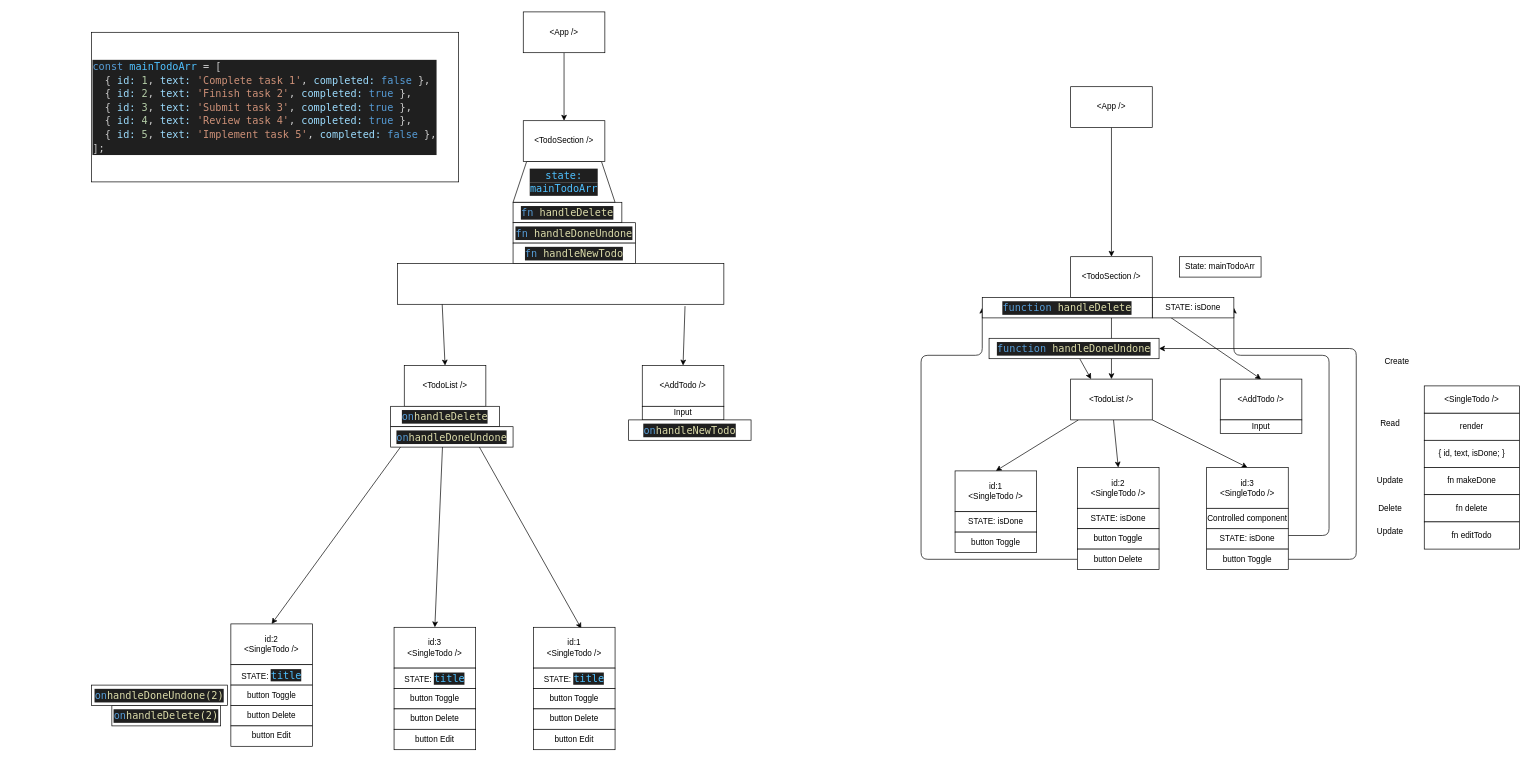
This is todo.drawio from MariusCodeAcademy/type19_06_todo_crud_app, a draw.io file, before an edit. Source tidied: cells renumbered, new cells numbered last; positions are measured from the earlier drawing's top-left corner, leaving out a move shared by most shapes. Both pictures are drawn from the tidied source at 68%, with x=0, y=0 at pixel (91, 12).
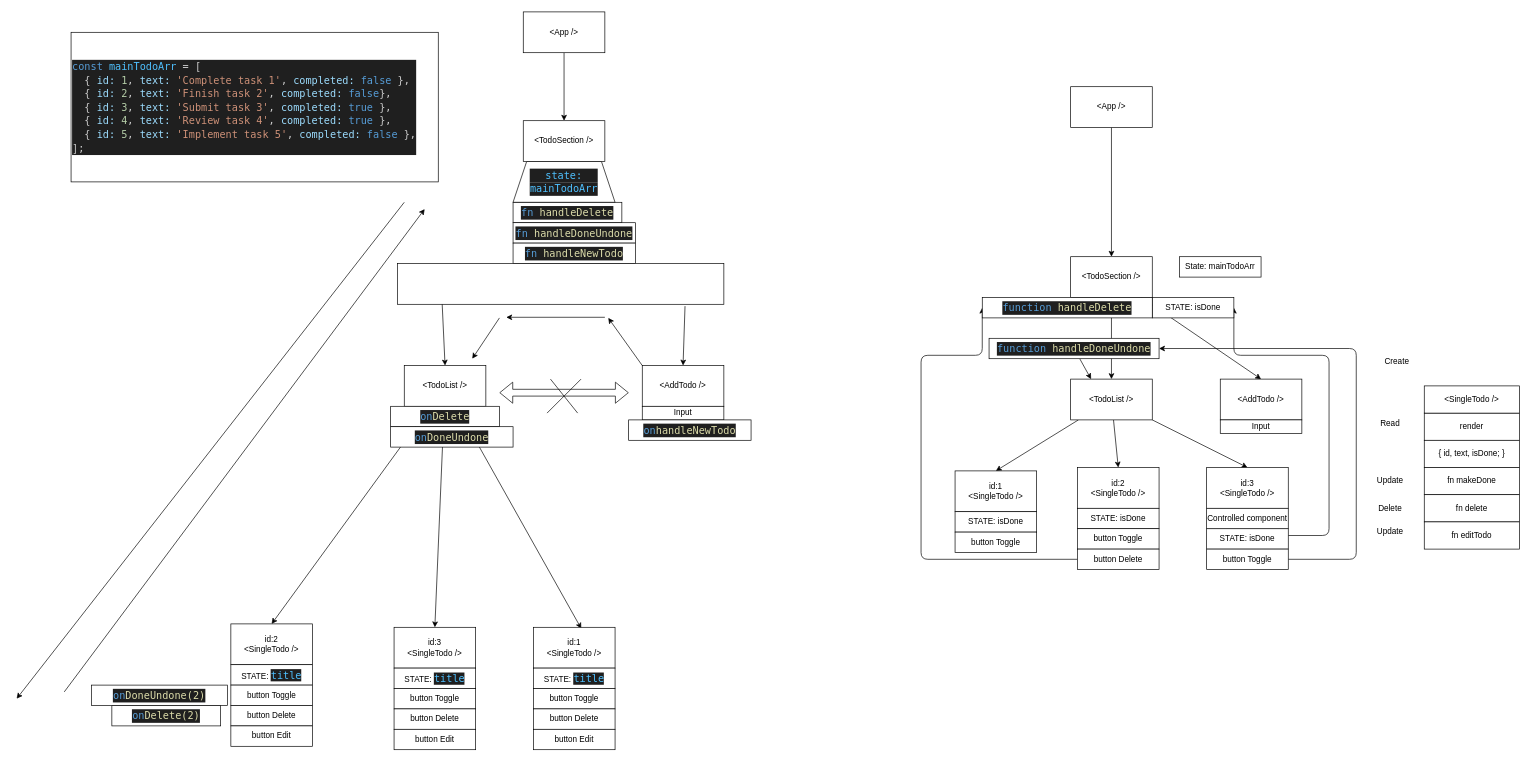
After the change.

Diff of the diagram source:
```diff
@@
-    <mxCell id="74" value="&lt;div style=&quot;background-color: rgb(31, 31, 31); font-family: &amp;quot;Cascadia code PL&amp;quot;, Menlo, Monaco, &amp;quot;Courier New&amp;quot;, monospace, Consolas, &amp;quot;Courier New&amp;quot;, monospace; font-size: 15px; line-height: 20px;&quot;&gt;&lt;font color=&quot;#569cd6&quot;&gt;on&lt;/font&gt;&lt;span style=&quot;color: rgb(220, 220, 170);&quot;&gt;handleDelete&lt;/span&gt;&lt;/div&gt;" style="rounded=0;whiteSpace=wrap;html=1;" parent="1" vertex="1">
+    <mxCell id="74" value="&lt;div style=&quot;background-color: rgb(31, 31, 31); font-family: &amp;quot;Cascadia code PL&amp;quot;, Menlo, Monaco, &amp;quot;Courier New&amp;quot;, monospace, Consolas, &amp;quot;Courier New&amp;quot;, monospace; font-size: 15px; line-height: 20px;&quot;&gt;&lt;font color=&quot;#569cd6&quot;&gt;on&lt;/font&gt;&lt;span style=&quot;color: rgb(220, 220, 170);&quot;&gt;Delete&lt;/span&gt;&lt;/div&gt;" style="rounded=0;whiteSpace=wrap;html=1;" parent="1" vertex="1">
       <mxGeometry x="440" y="580" width="160" height="30" as="geometry" />
     </mxCell>
-    <mxCell id="75" value="&lt;div style=&quot;background-color: rgb(31, 31, 31); font-family: &amp;quot;Cascadia code PL&amp;quot;, Menlo, Monaco, &amp;quot;Courier New&amp;quot;, monospace, Consolas, &amp;quot;Courier New&amp;quot;, monospace; font-size: 15px; line-height: 20px;&quot;&gt;&lt;font color=&quot;#569cd6&quot;&gt;on&lt;/font&gt;&lt;span style=&quot;color: rgb(220, 220, 170);&quot;&gt;handleDoneUndone&lt;/span&gt;&lt;/div&gt;" style="rounded=0;whiteSpace=wrap;html=1;" parent="1" vertex="1">
+    <mxCell id="75" value="&lt;div style=&quot;background-color: rgb(31, 31, 31); font-family: &amp;quot;Cascadia code PL&amp;quot;, Menlo, Monaco, &amp;quot;Courier New&amp;quot;, monospace, Consolas, &amp;quot;Courier New&amp;quot;, monospace; font-size: 15px; line-height: 20px;&quot;&gt;&lt;font color=&quot;#569cd6&quot;&gt;on&lt;/font&gt;&lt;span style=&quot;color: rgb(220, 220, 170);&quot;&gt;DoneUndone&lt;/span&gt;&lt;/div&gt;" style="rounded=0;whiteSpace=wrap;html=1;" parent="1" vertex="1">
       <mxGeometry x="440" y="610" width="180" height="30" as="geometry" />
     </mxCell>
@@
-    <mxCell id="77" value="&lt;div style=&quot;background-color: rgb(31, 31, 31); font-family: &amp;quot;Cascadia code PL&amp;quot;, Menlo, Monaco, &amp;quot;Courier New&amp;quot;, monospace, Consolas, &amp;quot;Courier New&amp;quot;, monospace; font-size: 15px; line-height: 20px;&quot;&gt;&lt;font color=&quot;#569cd6&quot;&gt;on&lt;/font&gt;&lt;span style=&quot;color: rgb(220, 220, 170);&quot;&gt;handleDelete(2)&lt;/span&gt;&lt;/div&gt;" style="rounded=0;whiteSpace=wrap;html=1;" parent="1" vertex="1">
+    <mxCell id="77" value="&lt;div style=&quot;background-color: rgb(31, 31, 31); font-family: &amp;quot;Cascadia code PL&amp;quot;, Menlo, Monaco, &amp;quot;Courier New&amp;quot;, monospace, Consolas, &amp;quot;Courier New&amp;quot;, monospace; font-size: 15px; line-height: 20px;&quot;&gt;&lt;font color=&quot;#569cd6&quot;&gt;on&lt;/font&gt;&lt;span style=&quot;color: rgb(220, 220, 170);&quot;&gt;Delete(2)&lt;/span&gt;&lt;/div&gt;" style="rounded=0;whiteSpace=wrap;html=1;" parent="1" vertex="1">
       <mxGeometry x="30" y="1020" width="160" height="30" as="geometry" />
     </mxCell>
-    <mxCell id="78" value="&lt;div style=&quot;background-color: rgb(31, 31, 31); font-family: &amp;quot;Cascadia code PL&amp;quot;, Menlo, Monaco, &amp;quot;Courier New&amp;quot;, monospace, Consolas, &amp;quot;Courier New&amp;quot;, monospace; font-size: 15px; line-height: 20px;&quot;&gt;&lt;font color=&quot;#569cd6&quot;&gt;on&lt;/font&gt;&lt;span style=&quot;color: rgb(220, 220, 170);&quot;&gt;handleDoneUndone(2)&lt;/span&gt;&lt;/div&gt;" style="rounded=0;whiteSpace=wrap;html=1;" parent="1" vertex="1">
+    <mxCell id="78" value="&lt;div style=&quot;background-color: rgb(31, 31, 31); font-family: &amp;quot;Cascadia code PL&amp;quot;, Menlo, Monaco, &amp;quot;Courier New&amp;quot;, monospace, Consolas, &amp;quot;Courier New&amp;quot;, monospace; font-size: 15px; line-height: 20px;&quot;&gt;&lt;font color=&quot;#569cd6&quot;&gt;on&lt;/font&gt;&lt;span style=&quot;color: rgb(220, 220, 170);&quot;&gt;DoneUndone(2)&lt;/span&gt;&lt;/div&gt;" style="rounded=0;whiteSpace=wrap;html=1;" parent="1" vertex="1">
       <mxGeometry y="990" width="200" height="30" as="geometry" />
     </mxCell>
-    <mxCell id="79" value="&lt;div style=&quot;color: rgb(204, 204, 204); background-color: rgb(31, 31, 31); font-family: &amp;quot;Cascadia code PL&amp;quot;, Menlo, Monaco, &amp;quot;Courier New&amp;quot;, monospace, Consolas, &amp;quot;Courier New&amp;quot;, monospace; font-size: 15px; line-height: 20px;&quot;&gt;&lt;div&gt;&lt;span style=&quot;color: #569cd6;&quot;&gt;const&lt;/span&gt; &lt;span style=&quot;color: #4fc1ff;&quot;&gt;mainTodoArr&lt;/span&gt; &lt;span style=&quot;color: #d4d4d4;&quot;&gt;=&lt;/span&gt; [&lt;/div&gt;&lt;div&gt;&amp;nbsp; { &lt;span style=&quot;color: #9cdcfe;&quot;&gt;id&lt;/span&gt;&lt;span style=&quot;color: #9cdcfe;&quot;&gt;:&lt;/span&gt; &lt;span style=&quot;color: #b5cea8;&quot;&gt;1&lt;/span&gt;, &lt;span style=&quot;color: #9cdcfe;&quot;&gt;text&lt;/span&gt;&lt;span style=&quot;color: #9cdcfe;&quot;&gt;:&lt;/span&gt; &lt;span style=&quot;color: #ce9178;&quot;&gt;'Complete task 1'&lt;/span&gt;, &lt;span style=&quot;color: #9cdcfe;&quot;&gt;completed&lt;/span&gt;&lt;span style=&quot;color: #9cdcfe;&quot;&gt;:&lt;/span&gt; &lt;span style=&quot;color: #569cd6;&quot;&gt;false&lt;/span&gt; },&lt;/div&gt;&lt;div&gt;&amp;nbsp; { &lt;span style=&quot;color: #9cdcfe;&quot;&gt;id&lt;/span&gt;&lt;span style=&quot;color: #9cdcfe;&quot;&gt;:&lt;/span&gt; &lt;span style=&quot;color: #b5cea8;&quot;&gt;2&lt;/span&gt;, &lt;span style=&quot;color: #9cdcfe;&quot;&gt;text&lt;/span&gt;&lt;span style=&quot;color: #9cdcfe;&quot;&gt;:&lt;/span&gt; &lt;span style=&quot;color: #ce9178;&quot;&gt;'Finish task 2'&lt;/span&gt;, &lt;span style=&quot;color: #9cdcfe;&quot;&gt;completed&lt;/span&gt;&lt;span style=&quot;color: #9cdcfe;&quot;&gt;:&lt;/span&gt; &lt;span style=&quot;color: #569cd6;&quot;&gt;true&lt;/span&gt; },&lt;/div&gt;&lt;div&gt;&amp;nbsp; { &lt;span style=&quot;color: #9cdcfe;&quot;&gt;id&lt;/span&gt;&lt;span style=&quot;color: #9cdcfe;&quot;&gt;:&lt;/span&gt; &lt;span style=&quot;color: #b5cea8;&quot;&gt;3&lt;/span&gt;, &lt;span style=&quot;color: #9cdcfe;&quot;&gt;text&lt;/span&gt;&lt;span style=&quot;color: #9cdcfe;&quot;&gt;:&lt;/span&gt; &lt;span style=&quot;color: #ce9178;&quot;&gt;'Submit task 3'&lt;/span&gt;, &lt;span style=&quot;color: #9cdcfe;&quot;&gt;completed&lt;/span&gt;&lt;span style=&quot;color: #9cdcfe;&quot;&gt;:&lt;/span&gt; &lt;span style=&quot;color: #569cd6;&quot;&gt;true&lt;/span&gt; },&lt;/div&gt;&lt;div&gt;&amp;nbsp; { &lt;span style=&quot;color: #9cdcfe;&quot;&gt;id&lt;/span&gt;&lt;span style=&quot;color: #9cdcfe;&quot;&gt;:&lt;/span&gt; &lt;span style=&quot;color: #b5cea8;&quot;&gt;4&lt;/span&gt;, &lt;span style=&quot;color: #9cdcfe;&quot;&gt;text&lt;/span&gt;&lt;span style=&quot;color: #9cdcfe;&quot;&gt;:&lt;/span&gt; &lt;span style=&quot;color: #ce9178;&quot;&gt;'Review task 4'&lt;/span&gt;, &lt;span style=&quot;color: #9cdcfe;&quot;&gt;completed&lt;/span&gt;&lt;span style=&quot;color: #9cdcfe;&quot;&gt;:&lt;/span&gt; &lt;span style=&quot;color: #569cd6;&quot;&gt;true&lt;/span&gt; },&lt;/div&gt;&lt;div&gt;&amp;nbsp; { &lt;span style=&quot;color: #9cdcfe;&quot;&gt;id&lt;/span&gt;&lt;span style=&quot;color: #9cdcfe;&quot;&gt;:&lt;/span&gt; &lt;span style=&quot;color: #b5cea8;&quot;&gt;5&lt;/span&gt;, &lt;span style=&quot;color: #9cdcfe;&quot;&gt;text&lt;/span&gt;&lt;span style=&quot;color: #9cdcfe;&quot;&gt;:&lt;/span&gt; &lt;span style=&quot;color: #ce9178;&quot;&gt;'Implement task 5'&lt;/span&gt;, &lt;span style=&quot;color: #9cdcfe;&quot;&gt;completed&lt;/span&gt;&lt;span style=&quot;color: #9cdcfe;&quot;&gt;:&lt;/span&gt; &lt;span style=&quot;color: #569cd6;&quot;&gt;false&lt;/span&gt; },&lt;/div&gt;&lt;div&gt;];&lt;/div&gt;&lt;/div&gt;" style="rounded=0;whiteSpace=wrap;html=1;align=left;" parent="1" vertex="1">
-      <mxGeometry y="30" width="540" height="220" as="geometry" />
+    <mxCell id="79" value="&lt;div style=&quot;background-color: rgb(31, 31, 31); font-family: &amp;quot;Cascadia code PL&amp;quot;, Menlo, Monaco, &amp;quot;Courier New&amp;quot;, monospace, Consolas, &amp;quot;Courier New&amp;quot;, monospace; font-size: 15px; line-height: 20px;&quot;&gt;&lt;div style=&quot;color: rgb(204, 204, 204);&quot;&gt;&lt;span style=&quot;color: #569cd6;&quot;&gt;const&lt;/span&gt; &lt;span style=&quot;color: #4fc1ff;&quot;&gt;mainTodoArr&lt;/span&gt; &lt;span style=&quot;color: #d4d4d4;&quot;&gt;=&lt;/span&gt; [&lt;/div&gt;&lt;div style=&quot;color: rgb(204, 204, 204);&quot;&gt;&amp;nbsp; { &lt;span style=&quot;color: #9cdcfe;&quot;&gt;id&lt;/span&gt;&lt;span style=&quot;color: #9cdcfe;&quot;&gt;:&lt;/span&gt; &lt;span style=&quot;color: #b5cea8;&quot;&gt;1&lt;/span&gt;, &lt;span style=&quot;color: #9cdcfe;&quot;&gt;text&lt;/span&gt;&lt;span style=&quot;color: #9cdcfe;&quot;&gt;:&lt;/span&gt; &lt;span style=&quot;color: #ce9178;&quot;&gt;'Complete task 1'&lt;/span&gt;, &lt;span style=&quot;color: #9cdcfe;&quot;&gt;completed&lt;/span&gt;&lt;span style=&quot;color: #9cdcfe;&quot;&gt;:&lt;/span&gt; &lt;span style=&quot;color: #569cd6;&quot;&gt;false&lt;/span&gt; },&lt;/div&gt;&lt;div style=&quot;&quot;&gt;&lt;font color=&quot;#cccccc&quot;&gt;&amp;nbsp; { &lt;/font&gt;&lt;span style=&quot;color: rgb(156, 220, 254);&quot;&gt;id&lt;/span&gt;&lt;span style=&quot;color: rgb(156, 220, 254);&quot;&gt;:&lt;/span&gt; &lt;span style=&quot;color: rgb(181, 206, 168);&quot;&gt;2&lt;/span&gt;&lt;font color=&quot;#cccccc&quot;&gt;, &lt;/font&gt;&lt;span style=&quot;color: rgb(156, 220, 254);&quot;&gt;text&lt;/span&gt;&lt;span style=&quot;color: rgb(156, 220, 254);&quot;&gt;:&lt;/span&gt; &lt;span style=&quot;color: rgb(206, 145, 120);&quot;&gt;'Finish task 2'&lt;/span&gt;&lt;font color=&quot;#cccccc&quot;&gt;, &lt;/font&gt;&lt;span style=&quot;color: rgb(156, 220, 254);&quot;&gt;completed&lt;/span&gt;&lt;span style=&quot;color: rgb(156, 220, 254);&quot;&gt;:&lt;/span&gt;&lt;font color=&quot;#cccccc&quot;&gt;&amp;nbsp;&lt;/font&gt;&lt;font color=&quot;#569cd6&quot;&gt;false&lt;/font&gt;&lt;font color=&quot;#cccccc&quot;&gt;},&lt;/font&gt;&lt;/div&gt;&lt;div style=&quot;color: rgb(204, 204, 204);&quot;&gt;&amp;nbsp; { &lt;span style=&quot;color: #9cdcfe;&quot;&gt;id&lt;/span&gt;&lt;span style=&quot;color: #9cdcfe;&quot;&gt;:&lt;/span&gt; &lt;span style=&quot;color: #b5cea8;&quot;&gt;3&lt;/span&gt;, &lt;span style=&quot;color: #9cdcfe;&quot;&gt;text&lt;/span&gt;&lt;span style=&quot;color: #9cdcfe;&quot;&gt;:&lt;/span&gt; &lt;span style=&quot;color: #ce9178;&quot;&gt;'Submit task 3'&lt;/span&gt;, &lt;span style=&quot;color: #9cdcfe;&quot;&gt;completed&lt;/span&gt;&lt;span style=&quot;color: #9cdcfe;&quot;&gt;:&lt;/span&gt; &lt;span style=&quot;color: #569cd6;&quot;&gt;true&lt;/span&gt; },&lt;/div&gt;&lt;div style=&quot;color: rgb(204, 204, 204);&quot;&gt;&amp;nbsp; { &lt;span style=&quot;color: #9cdcfe;&quot;&gt;id&lt;/span&gt;&lt;span style=&quot;color: #9cdcfe;&quot;&gt;:&lt;/span&gt; &lt;span style=&quot;color: #b5cea8;&quot;&gt;4&lt;/span&gt;, &lt;span style=&quot;color: #9cdcfe;&quot;&gt;text&lt;/span&gt;&lt;span style=&quot;color: #9cdcfe;&quot;&gt;:&lt;/span&gt; &lt;span style=&quot;color: #ce9178;&quot;&gt;'Review task 4'&lt;/span&gt;, &lt;span style=&quot;color: #9cdcfe;&quot;&gt;completed&lt;/span&gt;&lt;span style=&quot;color: #9cdcfe;&quot;&gt;:&lt;/span&gt; &lt;span style=&quot;color: #569cd6;&quot;&gt;true&lt;/span&gt; },&lt;/div&gt;&lt;div style=&quot;color: rgb(204, 204, 204);&quot;&gt;&amp;nbsp; { &lt;span style=&quot;color: #9cdcfe;&quot;&gt;id&lt;/span&gt;&lt;span style=&quot;color: #9cdcfe;&quot;&gt;:&lt;/span&gt; &lt;span style=&quot;color: #b5cea8;&quot;&gt;5&lt;/span&gt;, &lt;span style=&quot;color: #9cdcfe;&quot;&gt;text&lt;/span&gt;&lt;span style=&quot;color: #9cdcfe;&quot;&gt;:&lt;/span&gt; &lt;span style=&quot;color: #ce9178;&quot;&gt;'Implement task 5'&lt;/span&gt;, &lt;span style=&quot;color: #9cdcfe;&quot;&gt;completed&lt;/span&gt;&lt;span style=&quot;color: #9cdcfe;&quot;&gt;:&lt;/span&gt; &lt;span style=&quot;color: #569cd6;&quot;&gt;false&lt;/span&gt; },&lt;/div&gt;&lt;div style=&quot;color: rgb(204, 204, 204);&quot;&gt;];&lt;/div&gt;&lt;/div&gt;" style="rounded=0;whiteSpace=wrap;html=1;align=left;" parent="1" vertex="1">
+      <mxGeometry x="-30" y="30" width="540" height="220" as="geometry" />
     </mxCell>
+    <mxCell id="80" style="endArrow=classic;html=1;" parent="1" edge="1">
+      <mxGeometry relative="1" as="geometry">
+        <mxPoint x="-40" y="1000" as="sourcePoint" />
+        <mxPoint x="490" y="290" as="targetPoint" />
+      </mxGeometry>
+    </mxCell>
+    <mxCell id="81" style="endArrow=classic;html=1;" parent="1" edge="1">
+      <mxGeometry relative="1" as="geometry">
+        <mxPoint x="460" y="280" as="sourcePoint" />
+        <mxPoint x="-110" y="1010" as="targetPoint" />
+      </mxGeometry>
+    </mxCell>
+    <mxCell id="82" style="shape=flexArrow;endArrow=classic;startArrow=classic;html=1;" parent="1" edge="1">
+      <mxGeometry relative="1" as="geometry">
+        <mxPoint x="600" y="560" as="sourcePoint" />
+        <mxPoint x="790" y="560" as="targetPoint" />
+      </mxGeometry>
+    </mxCell>
+    <mxCell id="83" style="endArrow=classic;html=1;" parent="1" edge="1">
+      <mxGeometry relative="1" as="geometry">
+        <mxPoint x="810" y="520" as="sourcePoint" />
+        <mxPoint x="760" y="450" as="targetPoint" />
+      </mxGeometry>
+    </mxCell>
+    <mxCell id="84" style="endArrow=classic;html=1;" parent="1" edge="1">
+      <mxGeometry relative="1" as="geometry">
+        <mxPoint x="755" y="449.1" as="sourcePoint" />
+        <mxPoint x="610" y="449.1" as="targetPoint" />
+      </mxGeometry>
+    </mxCell>
+    <mxCell id="85" style="endArrow=classic;html=1;" parent="1" edge="1">
+      <mxGeometry relative="1" as="geometry">
+        <mxPoint x="600" y="450" as="sourcePoint" />
+        <mxPoint x="560" y="510" as="targetPoint" />
+      </mxGeometry>
+    </mxCell>
+    <mxCell id="86" style="endArrow=none;html=1;" parent="1" edge="1">
+      <mxGeometry relative="1" as="geometry">
+        <mxPoint x="670" y="590" as="sourcePoint" />
+        <mxPoint x="720" y="540" as="targetPoint" />
+      </mxGeometry>
+    </mxCell>
+    <mxCell id="87" style="endArrow=none;html=1;" parent="1" edge="1">
+      <mxGeometry relative="1" as="geometry">
+        <mxPoint x="715" y="590" as="sourcePoint" />
+        <mxPoint x="675" y="540" as="targetPoint" />
+      </mxGeometry>
+    </mxCell>
```
